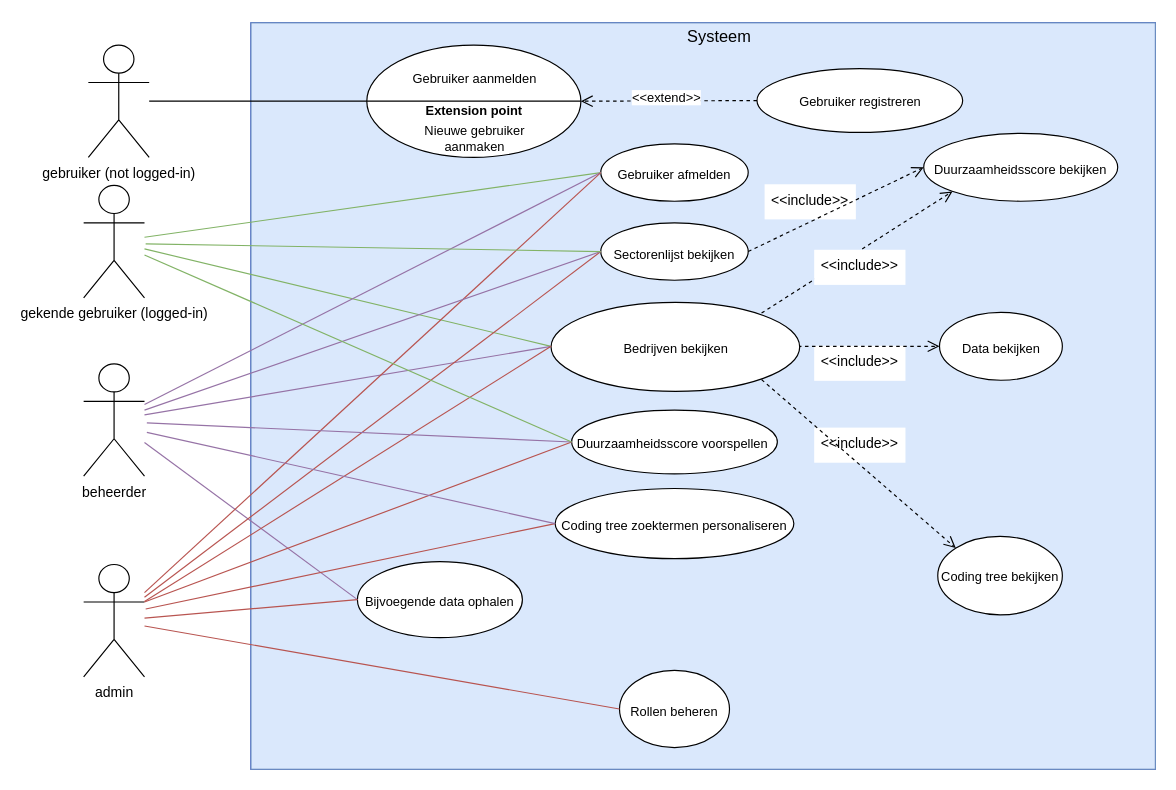
SiebeVCHoGent/DataEngineeringP2 keeps this draw.io diagram as Analyse/UCD/UCD - Data Engineering Project 2.drawio. Above is the earlier version. Source tidied: cells renumbered, new cells numbered last; positions are measured from the earlier drawing's top-left corner, leaving out a move shared by most shapes. Both pictures are drawn from the tidied source at 117%, with x=0, y=0 at pixel (83, 20).
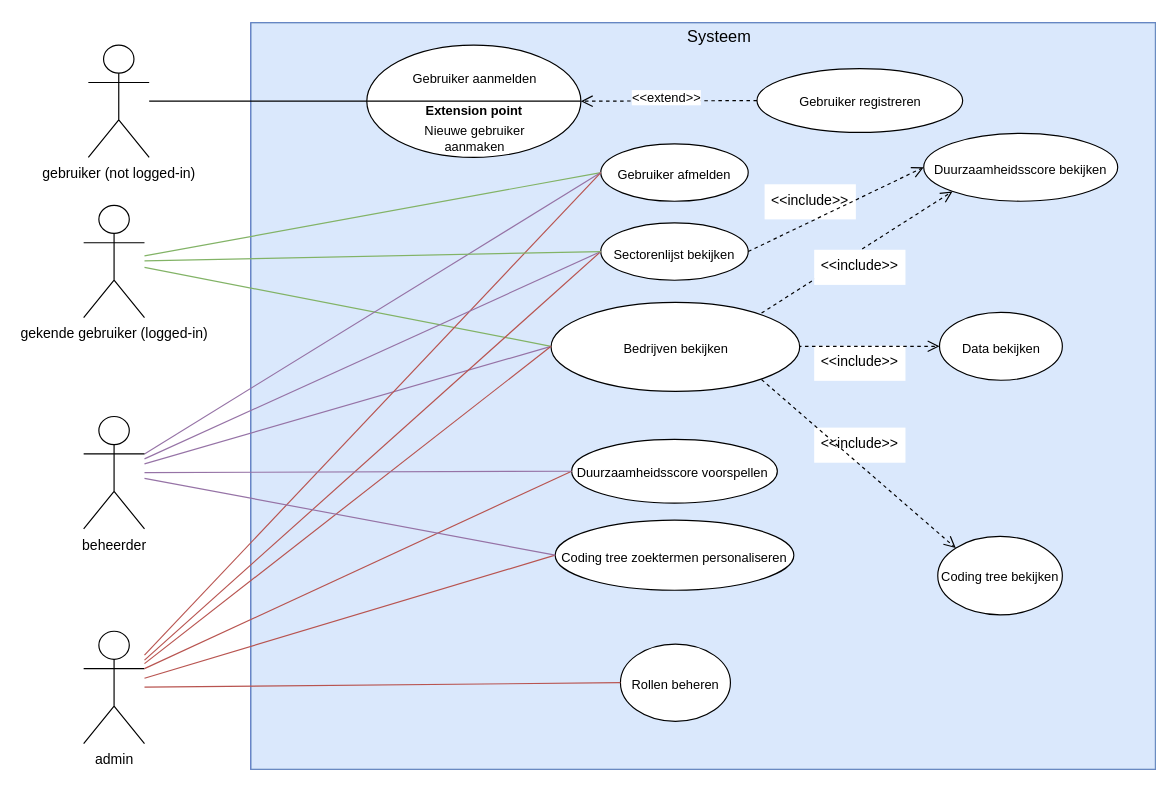
The same diagram, later.

Unchanged cells that the change refers to:
```xml
<mxCell id="4" style="group;fillColor=default;fontColor=#ffffff;strokeColor=#001DBC;rounded=0;" parent="1" vertex="1">
  <mxGeometry x="143" y="2" width="773" height="638" as="geometry" />
</mxCell>
<mxCell id="26" value="&lt;font style=&quot;font-size: 11px;&quot;&gt;Sectorenlijst bekijken&lt;/font&gt;" style="ellipse;whiteSpace=wrap;html=1;fontSize=18;" parent="4" vertex="1">
  <mxGeometry x="299" y="171" width="126" height="49" as="geometry" />
</mxCell>
```

Diff of the diagram source:
```diff
@@
     <mxCell id="9" value="&lt;font style=&quot;font-size: 11px;&quot;&gt;Duurzaamheidsscore voorspellen&amp;nbsp;&lt;br&gt;&lt;/font&gt;" style="ellipse;whiteSpace=wrap;html=1;fontSize=18;fillColor=default;" parent="4" vertex="1">
-      <mxGeometry x="274.1" y="331" width="175.8" height="54.5" as="geometry" />
+      <mxGeometry x="274.1" y="356" width="175.8" height="54.5" as="geometry" />
     </mxCell>
-    <mxCell id="10" value="&lt;font style=&quot;font-size: 11px;&quot;&gt;Bijvoegende data ophalen&lt;/font&gt;" style="ellipse;whiteSpace=wrap;html=1;fontSize=18;" parent="4" vertex="1">
-      <mxGeometry x="91" y="460.5" width="141" height="65" as="geometry" />
-    </mxCell>
     <mxCell id="11" value="&lt;font style=&quot;font-size: 11px;&quot;&gt;Rollen beheren&lt;/font&gt;" style="ellipse;whiteSpace=wrap;html=1;fontSize=18;" parent="4" vertex="1">
-      <mxGeometry x="315" y="553.5" width="94" height="66" as="geometry" />
+      <mxGeometry x="315.8" y="531" width="94" height="66" as="geometry" />
     </mxCell>
@@
     <mxCell id="16" value="&lt;font style=&quot;font-size: 11px;&quot;&gt;Coding tree zoektermen personaliseren&lt;br&gt;&lt;/font&gt;" style="ellipse;whiteSpace=wrap;html=1;fontSize=18;fillColor=default;" parent="4" vertex="1">
-      <mxGeometry x="260" y="398" width="204" height="60" as="geometry" />
+      <mxGeometry x="260" y="425" width="204" height="60" as="geometry" />
     </mxCell>
@@
     <mxCell id="34" value="gekende gebruiker (logged-in)" style="shape=umlActor;verticalLabelPosition=bottom;verticalAlign=top;html=1;outlineConnect=0;" parent="1" vertex="1">
-      <mxGeometry y="141" width="52" height="96" as="geometry" />
+      <mxGeometry y="158" width="52" height="96" as="geometry" />
     </mxCell>
@@
-    <mxCell id="37" style="edgeStyle=none;rounded=0;jettySize=auto;html=1;entryX=0;entryY=0.5;entryDx=0;entryDy=0;fontSize=11;endArrow=none;endFill=0;fillColor=#e1d5e7;strokeColor=#9673a6;" parent="1" edge="1" source="38" target="10">
-      <mxGeometry relative="1" as="geometry" />
-    </mxCell>
     <mxCell id="38" value="beheerder" style="shape=umlActor;verticalLabelPosition=bottom;verticalAlign=top;html=1;outlineConnect=0;" parent="1" vertex="1">
-      <mxGeometry y="293.5" width="52" height="96" as="geometry" />
+      <mxGeometry y="338.5" width="52" height="96" as="geometry" />
     </mxCell>
@@
-    <mxCell id="41" style="edgeStyle=none;rounded=0;jettySize=auto;html=1;entryX=0;entryY=0.5;entryDx=0;entryDy=0;fontSize=11;endArrow=none;endFill=0;fillColor=#f8cecc;strokeColor=#b85450;" parent="1" edge="1" source="43" target="10">
-      <mxGeometry relative="1" as="geometry" />
-    </mxCell>
@@
     <mxCell id="43" value="admin" style="shape=umlActor;verticalLabelPosition=bottom;verticalAlign=top;html=1;outlineConnect=0;" parent="1" vertex="1">
-      <mxGeometry y="465" width="52" height="96" as="geometry" />
+      <mxGeometry y="522" width="52" height="96" as="geometry" />
     </mxCell>
-    <mxCell id="44" style="edgeStyle=none;rounded=0;jettySize=auto;html=1;entryX=0;entryY=0.5;entryDx=0;entryDy=0;fontSize=11;endArrow=none;endFill=0;fillColor=#f8cecc;strokeColor=#b85450;" parent="1" edge="1" target="26">
-      <mxGeometry relative="1" as="geometry">
-        <mxPoint x="52" y="493" as="sourcePoint" />
-      </mxGeometry>
+    <mxCell id="44" style="edgeStyle=none;rounded=0;jettySize=auto;html=1;entryX=0;entryY=0.5;entryDx=0;entryDy=0;fontSize=11;endArrow=none;endFill=0;fillColor=#f8cecc;strokeColor=#b85450;" parent="1" edge="1" source="43" target="26">
+      <mxGeometry relative="1" as="geometry" />
     </mxCell>
-    <mxCell id="45" style="edgeStyle=none;rounded=0;jettySize=auto;html=1;entryX=0;entryY=0.5;entryDx=0;entryDy=0;fontSize=11;endArrow=none;endFill=0;fillColor=#e1d5e7;strokeColor=#9673a6;" parent="1" edge="1" target="26">
-      <mxGeometry relative="1" as="geometry">
-        <mxPoint x="52" y="333" as="sourcePoint" />
-      </mxGeometry>
+    <mxCell id="45" style="edgeStyle=none;rounded=0;jettySize=auto;html=1;entryX=0;entryY=0.5;entryDx=0;entryDy=0;fontSize=11;endArrow=none;endFill=0;fillColor=#e1d5e7;strokeColor=#9673a6;" parent="1" edge="1" source="38" target="26">
+      <mxGeometry relative="1" as="geometry" />
     </mxCell>
-    <mxCell id="46" style="edgeStyle=none;rounded=0;jettySize=auto;html=1;entryX=0;entryY=0.5;entryDx=0;entryDy=0;fontSize=11;endArrow=none;endFill=0;fillColor=#d5e8d4;strokeColor=#82b366;" parent="1" edge="1" target="26">
-      <mxGeometry relative="1" as="geometry">
-        <mxPoint x="53" y="191" as="sourcePoint" />
-      </mxGeometry>
+    <mxCell id="46" style="edgeStyle=none;rounded=0;jettySize=auto;html=1;entryX=0;entryY=0.5;entryDx=0;entryDy=0;fontSize=11;endArrow=none;endFill=0;fillColor=#d5e8d4;strokeColor=#82b366;" parent="1" edge="1" source="34" target="26">
+      <mxGeometry relative="1" as="geometry" />
     </mxCell>
@@
-    <mxCell id="48" style="edgeStyle=none;rounded=0;jettySize=auto;html=1;fontSize=11;endArrow=none;endFill=0;fillColor=#f8cecc;strokeColor=#b85450;entryX=0;entryY=0.5;entryDx=0;entryDy=0;" parent="1" edge="1" target="16">
-      <mxGeometry relative="1" as="geometry">
-        <mxPoint x="53" y="503" as="sourcePoint" />
-      </mxGeometry>
+    <mxCell id="48" style="edgeStyle=none;rounded=0;jettySize=auto;html=1;fontSize=11;endArrow=none;endFill=0;fillColor=#f8cecc;strokeColor=#b85450;entryX=0;entryY=0.5;entryDx=0;entryDy=0;" parent="1" edge="1" source="43" target="16">
+      <mxGeometry relative="1" as="geometry" />
     </mxCell>
-    <mxCell id="49" style="edgeStyle=none;rounded=0;jettySize=auto;html=1;fontSize=11;endArrow=none;endFill=0;fillColor=#e1d5e7;strokeColor=#9673a6;entryX=0;entryY=0.5;entryDx=0;entryDy=0;" parent="1" edge="1" target="9">
-      <mxGeometry relative="1" as="geometry">
-        <mxPoint x="54" y="344" as="sourcePoint" />
-      </mxGeometry>
+    <mxCell id="49" style="edgeStyle=none;rounded=0;jettySize=auto;html=1;fontSize=11;endArrow=none;endFill=0;fillColor=#e1d5e7;strokeColor=#9673a6;entryX=0;entryY=0.5;entryDx=0;entryDy=0;" parent="1" edge="1" source="38" target="9">
+      <mxGeometry relative="1" as="geometry" />
     </mxCell>
-    <mxCell id="50" style="edgeStyle=none;rounded=0;jettySize=auto;html=1;fontSize=11;endArrow=none;endFill=0;fillColor=#e1d5e7;strokeColor=#9673a6;entryX=0;entryY=0.5;entryDx=0;entryDy=0;" parent="1" edge="1" target="16">
-      <mxGeometry relative="1" as="geometry">
-        <mxPoint x="54" y="352" as="sourcePoint" />
-      </mxGeometry>
+    <mxCell id="50" style="edgeStyle=none;rounded=0;jettySize=auto;html=1;fontSize=11;endArrow=none;endFill=0;fillColor=#e1d5e7;strokeColor=#9673a6;entryX=0;entryY=0.5;entryDx=0;entryDy=0;" parent="1" edge="1" source="38" target="16">
+      <mxGeometry relative="1" as="geometry" />
     </mxCell>
-    <mxCell id="51" style="edgeStyle=none;rounded=0;jettySize=auto;html=1;fontSize=11;endArrow=none;endFill=0;fillColor=#d5e8d4;strokeColor=#82b366;entryX=0;entryY=0.5;entryDx=0;entryDy=0;" parent="1" edge="1" source="34" target="9">
-      <mxGeometry relative="1" as="geometry" />
-    </mxCell>
```
